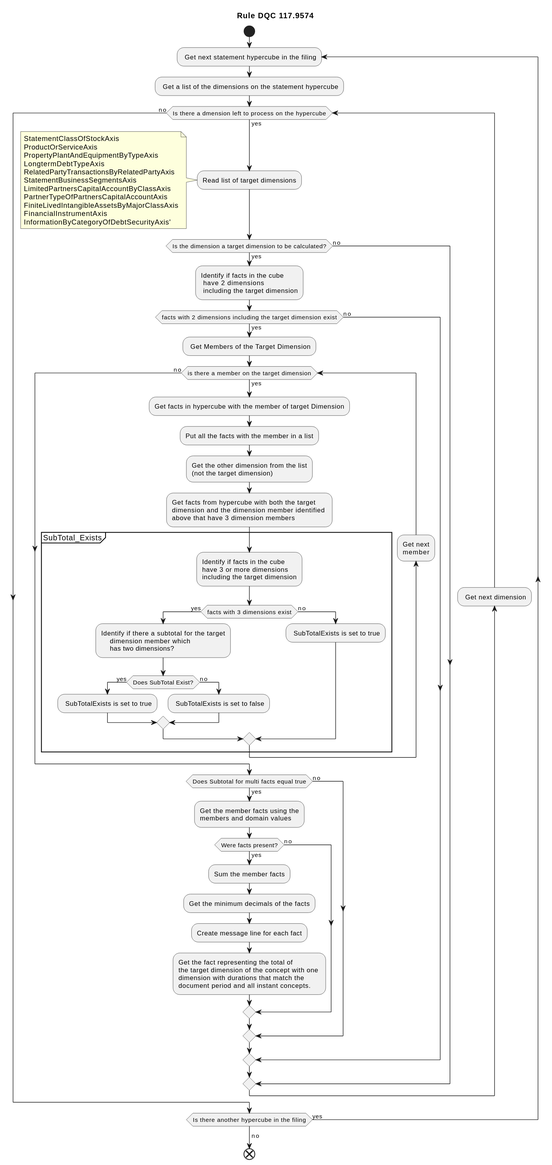
DataQualityCommittee/dqc_us_rules keeps this PlantUML diagram as guidance/rule-flowcharts/DQC_0117/rule_0117_9574.svg. Above is the earlier version. Source of this version:
```plantuml
@startuml rule_0117_9574
title "Rule DQC 117.9574"
!pragma useVerticalIf on
start

repeat : Get next statement hypercube in the filing;

 : Get a list of the dimensions on the statement hypercube;
while (Is there a dmension left to process on the hypercube) is (yes)

    :Read list of target dimensions;
    note left
    StatementClassOfStockAxis
    ProductOrServiceAxis
    PropertyPlantAndEquipmentByTypeAxis
    LongtermDebtTypeAxis
    RelatedPartyTransactionsByRelatedPartyAxis
    StatementBusinessSegmentsAxis
    LimitedPartnersCapitalAccountByClassAxis
    PartnerTypeOfPartnersCapitalAccountAxis
    FiniteLivedIntangibleAssetsByMajorClassAxis
    FinancialInstrumentAxis
    InformationByCategoryOfDebtSecurityAxis'
    end note
 if (Is the dimension a target dimension to be calculated?) then (yes)


     :Identify if facts in the cube
      have 2  dimensions
      including the target dimension;
      if (facts with 2 dimensions including the target dimension exist) then (yes)
       : Get Members of the Target Dimension;
       while (is there a member on the target dimension) is (yes)
            :Get facts in hypercube with the member of target Dimension;
            :Put all the facts with the member in a list;
            :Get the other dimension from the list
            (not the target dimension);
            :Get facts from hypercube with both the target
            dimension and the dimension member identified
            above that have 3 dimension members;
             group SubTotal_Exists
                :Identify if facts in the cube
                have 3 or more dimensions
                including the target dimension;
                if (facts with 3 dimensions exist) then (yes)

                :Identify if there a subtotal for the target
                    dimension member which
                    has two dimensions?;
                        if (Does SubTotal Exist?) then (yes)
                            : SubTotalExists is set to true;
                        else (no)
                            : SubTotalExists is set to false;
                            endif
                else (no)
                    : SubTotalExists is set to true;
                endif

            end group
        backward: Get next
        member;
       end while (no)


     if (Does Subtotal for multi facts equal true) then (yes)
        :Get the member facts using the
        members and domain values;
            if (Were facts present?) then (yes)
                :Sum the member facts;
                :Get the minimum decimals of the facts;
                :Create message line for each fact;
                :Get the fact representing the total of
                the target dimension of the concept with one
                dimension with durations that match the
                document period and all instant concepts.;

             else (no)
            endif
        else (no)
            endif
    else (no)

    endif

 else (no)
    endif
    backward: Get next dimension;
endwhile  (no)
    repeat while (Is there another hypercube in the filing) is (yes)
    ->no;

end

@enduml
```
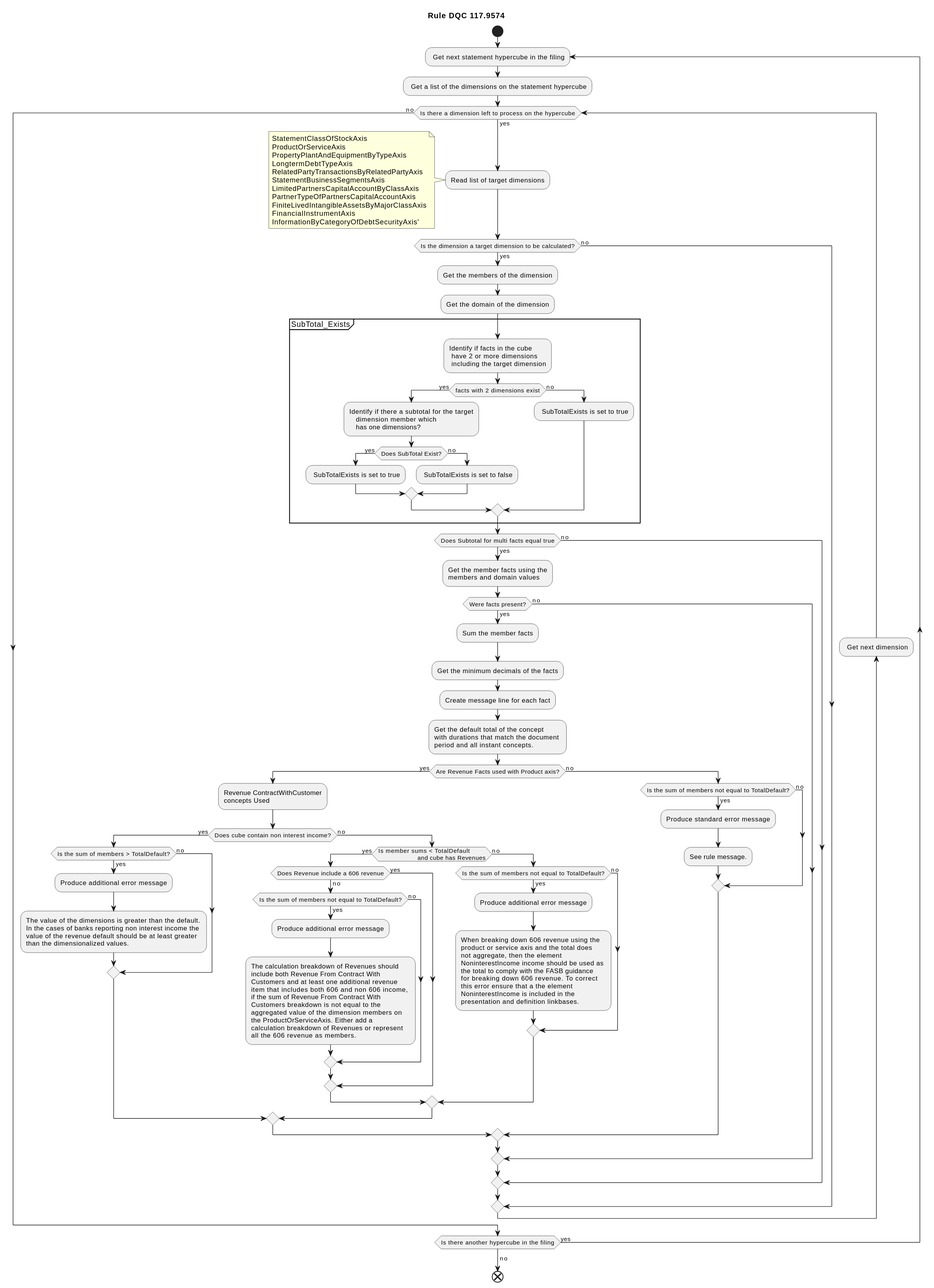
After the change.

The edit, as a diff of the source:
```diff
@@ -6,7 +6,7 @@
 repeat : Get next statement hypercube in the filing;
 
  : Get a list of the dimensions on the statement hypercube;
-while (Is there a dmension left to process on the hypercube) is (yes)
+while (Is there a dimension left to process on the hypercube) is (yes)
 
     :Read list of target dimensions;
     note left
@@ -24,63 +24,102 @@
     end note
  if (Is the dimension a target dimension to be calculated?) then (yes)
 
+     :Get the members of the dimension;
+     :Get the domain of the dimension;
+     group SubTotal_Exists
+     :Identify if facts in the cube
+      have 2 or more dimensions
+      including the target dimension;
+      if (facts with 2 dimensions exist) then (yes)
 
-     :Identify if facts in the cube
-      have 2  dimensions
-      including the target dimension;
-      if (facts with 2 dimensions including the target dimension exist) then (yes)
-       : Get Members of the Target Dimension;
-       while (is there a member on the target dimension) is (yes)
-            :Get facts in hypercube with the member of target Dimension;
-            :Put all the facts with the member in a list;
-            :Get the other dimension from the list
-            (not the target dimension);
-            :Get facts from hypercube with both the target
-            dimension and the dimension member identified
-            above that have 3 dimension members;
-             group SubTotal_Exists
-                :Identify if facts in the cube
-                have 3 or more dimensions
-                including the target dimension;
-                if (facts with 3 dimensions exist) then (yes)
+     :Identify if there a subtotal for the target
+        dimension member which
+        has one dimensions?;
+            if (Does SubTotal Exist?) then (yes)
+                : SubTotalExists is set to true;
+            else (no)
+                : SubTotalExists is set to false;
+                endif
+       else (no)
+        : SubTotalExists is set to true;
+    endif
 
-                :Identify if there a subtotal for the target
-                    dimension member which
-                    has two dimensions?;
-                        if (Does SubTotal Exist?) then (yes)
-                            : SubTotalExists is set to true;
-                        else (no)
-                            : SubTotalExists is set to false;
-                            endif
-                else (no)
-                    : SubTotalExists is set to true;
-                endif
-
-            end group
-        backward: Get next
-        member;
-       end while (no)
+    end group
+     if (Does Subtotal for multi facts equal true) then (yes)
 
 
-     if (Does Subtotal for multi facts equal true) then (yes)
         :Get the member facts using the
         members and domain values;
+
+
             if (Were facts present?) then (yes)
                 :Sum the member facts;
                 :Get the minimum decimals of the facts;
                 :Create message line for each fact;
-                :Get the fact representing the total of
-                the target dimension of the concept with one
-                dimension with durations that match the
-                document period and all instant concepts.;
+                :Get the default total of the concept
+                with durations that match the document
+                period and all instant concepts.;
+                if (Are Revenue Facts used with Product axis?) then (yes)
+                :Revenue ContractWithCustomer
+                concepts Used;
+                    if (Does cube contain non interest income?) then (yes)
+                        if (Is the sum of members > TotalDefault?) then (yes)
+                        :Produce additional error message;
+                        :The value of the dimensions is greater than the default.
+                        In the cases of banks reporting non interest income the
+                        value of the revenue default should be at least greater
+                        than the dimensionalized values.;
+                        else (no)
+                            endif
+                    else (no)
+                        if (Is member sums < TotalDefault
+                        and cube has Revenues) then (yes)
+                            if (Does Revenue include a 606 revenue) then (no)
+                                if (Is the sum of members not equal to TotalDefault?) then (yes)
+                                :Produce additional error message;
+                                :The calculation breakdown of Revenues should
+                                include both Revenue From Contract With
+                                Customers and at least one additional revenue
+                                item that includes both 606 and non 606 income,
+                                if the sum of Revenue From Contract With
+                                Customers breakdown is not equal to the
+                                aggregated value of the dimension members on
+                                the ProductOrServiceAxis. Either add a
+                                calculation breakdown of Revenues or represent
+                                all the 606 revenue as members.;
+                                else (no)
+                                    endif
+                            else (yes)
+
+                                endif
+                        else (no)
+                                if (Is the sum of members not equal to TotalDefault?) then (yes)
+                                        :Produce additional error message;
+                                        :When breaking down 606 revenue using the
+                                        product or service axis and the total does
+                                        not aggregate, then the element
+                                        NoninterestIncome income should be used as
+                                        the total to comply with the FASB guidance
+                                        for breaking down 606 revenue. To correct
+                                        this error ensure that a the element
+                                        NoninterestIncome is included in the
+                                        presentation and definition linkbases.;
+                                else (no)
+                                    endif
+                            endif
+                        endif
+                else (no)
+                    if (Is the sum of members not equal to TotalDefault?) then (yes)
+                                        :Produce standard error message;
+                                        :See rule message.;
+                                else (no)
+                                    endif
+                    endif
 
              else (no)
             endif
         else (no)
             endif
-    else (no)
-
-    endif
 
  else (no)
     endif
```
